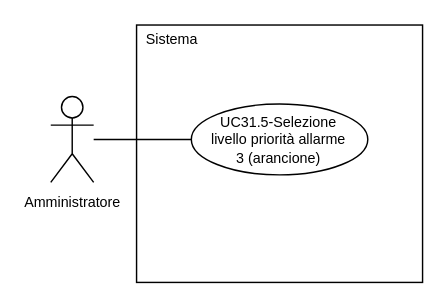
Above: 2-RTB/Analisi_dei_requisiti/draw.io/UC31.5.drawio in SnakeByteTeam/snakebyteteam.github.io (draw.io), before the change. Source tidied: cells renumbered, new cells numbered last; positions are measured from the earlier drawing's top-left corner, leaving out a move shared by most shapes. Both pictures are drawn from the tidied source at 143%, with x=0, y=0 at pixel (50, 24).
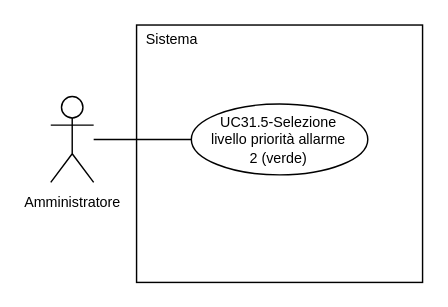
Above is the later version.

The edit, as a diff of the source:
```diff
@@
 <mxGraphModel>
   <root>
     <mxCell id="0" />
     <mxCell id="1" parent="0" />
     <mxCell id="2" value="&lt;font style=&quot;font-size: 10px; line-height: 100%;&quot;&gt;Amministratore&lt;/font&gt;" style="shape=umlActor;verticalLabelPosition=bottom;verticalAlign=top;html=1;outlineConnect=0;" parent="1" vertex="1">
       <mxGeometry y="50" width="30" height="60" as="geometry" />
     </mxCell>
     <mxCell id="3" style="rounded=0;whiteSpace=wrap;html=1;" parent="1" vertex="1">
       <mxGeometry x="60" width="200" height="180" as="geometry" />
     </mxCell>
     <mxCell id="4" style="edgeStyle=orthogonalEdgeStyle;rounded=0;jettySize=auto;html=1;exitX=0;exitY=0.5;exitDx=0;exitDy=0;endArrow=none;endFill=0;" parent="1" edge="1" source="5" target="2">
       <mxGeometry relative="1" as="geometry" />
     </mxCell>
-    <mxCell id="5" value="&lt;div style=&quot;line-height: 100%;&quot;&gt;&lt;font style=&quot;line-height: 100%; font-size: 10px;&quot;&gt;UC31.5-Selezione&lt;/font&gt;&lt;/div&gt;&lt;div style=&quot;line-height: 100%;&quot;&gt;&lt;font style=&quot;line-height: 100%; font-size: 10px;&quot;&gt;livello priorità&amp;nbsp;&lt;/font&gt;&lt;span style=&quot;font-size: 10px; background-color: transparent; color: light-dark(rgb(0, 0, 0), rgb(255, 255, 255));&quot;&gt;allarme&lt;/span&gt;&lt;/div&gt;&lt;div style=&quot;line-height: 100%;&quot;&gt;&lt;span style=&quot;font-size: 10px; background-color: transparent; color: light-dark(rgb(0, 0, 0), rgb(255, 255, 255));&quot;&gt;3 (arancione)&lt;/span&gt;&lt;/div&gt;" style="ellipse;whiteSpace=wrap;html=1;" parent="1" vertex="1">
+    <mxCell id="5" value="&lt;div style=&quot;line-height: 100%;&quot;&gt;&lt;font style=&quot;line-height: 100%; font-size: 10px;&quot;&gt;UC31.5-Selezione&lt;/font&gt;&lt;/div&gt;&lt;div style=&quot;line-height: 100%;&quot;&gt;&lt;font style=&quot;line-height: 100%; font-size: 10px;&quot;&gt;livello priorità&amp;nbsp;&lt;/font&gt;&lt;span style=&quot;font-size: 10px; background-color: transparent; color: light-dark(rgb(0, 0, 0), rgb(255, 255, 255));&quot;&gt;allarme&lt;/span&gt;&lt;/div&gt;&lt;div style=&quot;line-height: 100%;&quot;&gt;&lt;span style=&quot;font-size: 10px; background-color: transparent; color: light-dark(rgb(0, 0, 0), rgb(255, 255, 255));&quot;&gt;2 (verde)&lt;/span&gt;&lt;/div&gt;" style="ellipse;whiteSpace=wrap;html=1;" parent="1" vertex="1">
       <mxGeometry x="98.3" y="55.2" width="123.4" height="49.6" as="geometry" />
     </mxCell>
     <mxCell id="6" value="&lt;font style=&quot;font-size: 10px;&quot;&gt;Sistema&lt;/font&gt;" style="text;html=1;whiteSpace=wrap;strokeColor=none;fillColor=none;align=center;verticalAlign=middle;rounded=0;" parent="1" vertex="1">
       <mxGeometry x="60" width="50" height="20" as="geometry" />
     </mxCell>
   </root>
 </mxGraphModel>
```
